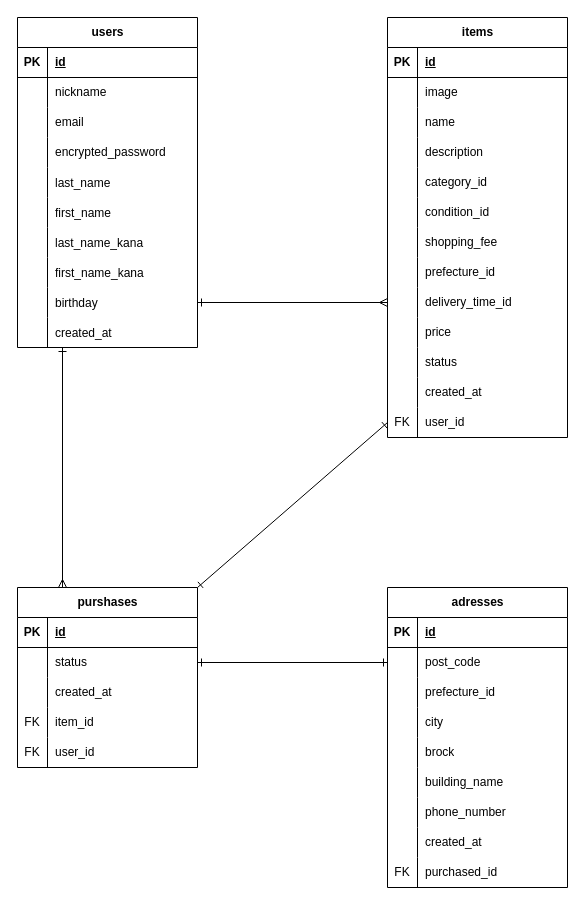
Before: app/views/furima.dio in sayaka-mi/furima-42188, a draw.io diagram. Source tidied: cells renumbered, new cells numbered last; positions are measured from the earlier drawing's top-left corner, leaving out a move shared by most shapes. Both pictures are drawn from the tidied source at 100%, with x=0, y=0 at pixel (17, 17).
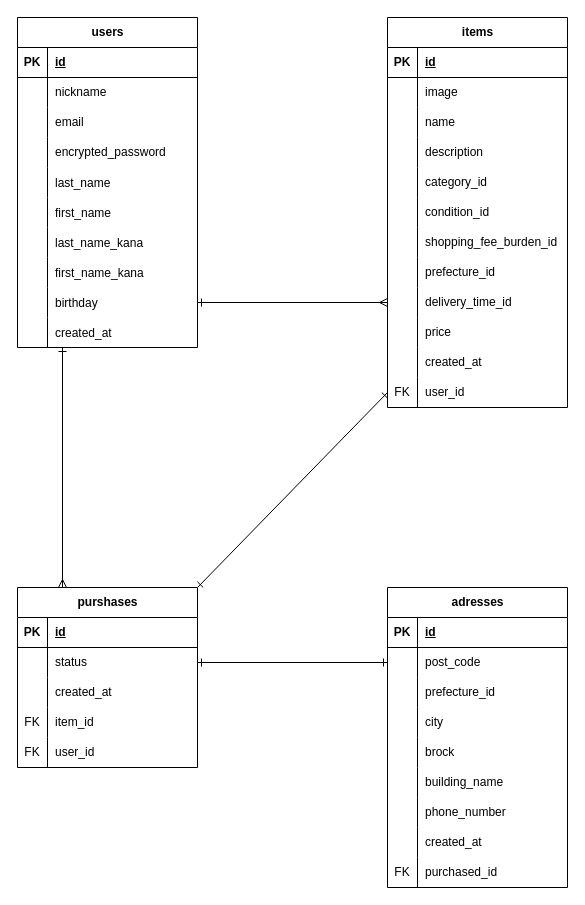
Above is the later version.

Commit message (it also covers changes not shown here):
カラム修正

The change refers to these unchanged cells:
```xml
<mxCell id="21" style="shape=tableRow;horizontal=0;startSize=0;swimlaneHead=0;swimlaneBody=0;fillColor=none;top=0;left=0;right=0;bottom=0;" parent="2" vertex="1">
  <mxGeometry y="210" width="180" height="30" as="geometry" />
</mxCell>
```

The edit, as a diff of the source:
```diff
@@
     <mxCell id="2" value="items" style="shape=table;startSize=30;childLayout=tableLayout;rowLines=0;fontStyle=1;align=center;html=1;" parent="1" vertex="1">
-      <mxGeometry x="370" width="180" height="420" as="geometry" />
+      <mxGeometry x="370" width="180" height="390" as="geometry" />
     </mxCell>
@@
-    <mxCell id="23" value="shopping_fee" style="shape=partialRectangle;fillColor=none;top=0;left=0;bottom=0;right=0;align=left;spacingLeft=6;overflow=hidden;whiteSpace=wrap;html=1;" parent="21" vertex="1">
+    <mxCell id="23" value="shopping_fee_burden_id" style="shape=partialRectangle;fillColor=none;top=0;left=0;bottom=0;right=0;align=left;spacingLeft=6;overflow=hidden;whiteSpace=wrap;html=1;" parent="21" vertex="1">
       <mxGeometry x="30" width="150" height="30" as="geometry" />
     </mxCell>
@@
-    <mxCell id="33" style="shape=tableRow;horizontal=0;startSize=0;swimlaneHead=0;swimlaneBody=0;fillColor=none;top=0;left=0;right=0;bottom=0;" parent="2" vertex="1">
-      <mxGeometry y="330" width="180" height="30" as="geometry" />
-    </mxCell>
-    <mxCell id="34" style="shape=partialRectangle;fillColor=none;top=0;left=0;bottom=0;right=0;overflow=hidden;whiteSpace=wrap;html=1;" parent="33" vertex="1">
-      <mxGeometry width="30" height="30" as="geometry" />
-    </mxCell>
-    <mxCell id="35" value="status" style="shape=partialRectangle;fillColor=none;top=0;left=0;bottom=0;right=0;align=left;spacingLeft=6;overflow=hidden;whiteSpace=wrap;html=1;" parent="33" vertex="1">
-      <mxGeometry x="30" width="150" height="30" as="geometry" />
-    </mxCell>
     <mxCell id="36" style="shape=tableRow;horizontal=0;startSize=0;swimlaneHead=0;swimlaneBody=0;fillColor=none;top=0;left=0;right=0;bottom=0;" parent="2" vertex="1">
-      <mxGeometry y="360" width="180" height="30" as="geometry" />
+      <mxGeometry y="330" width="180" height="30" as="geometry" />
     </mxCell>
@@
     <mxCell id="39" style="shape=tableRow;horizontal=0;startSize=0;swimlaneHead=0;swimlaneBody=0;fillColor=none;points=[[0,0.5],[1,0.5]];portConstraint=eastwest;top=0;left=0;right=0;bottom=0;" parent="2" vertex="1">
-      <mxGeometry y="390" width="180" height="30" as="geometry" />
+      <mxGeometry y="360" width="180" height="30" as="geometry" />
     </mxCell>
```
